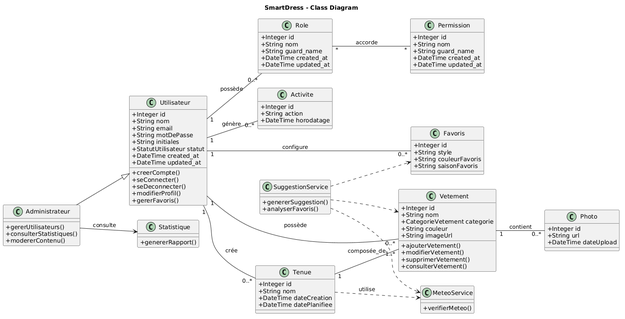
This is Analyse/modelisation/photos/diagramme_de_class.png from yasmineh-d/SmartDress, a PlantUML export, as it was before one commit.
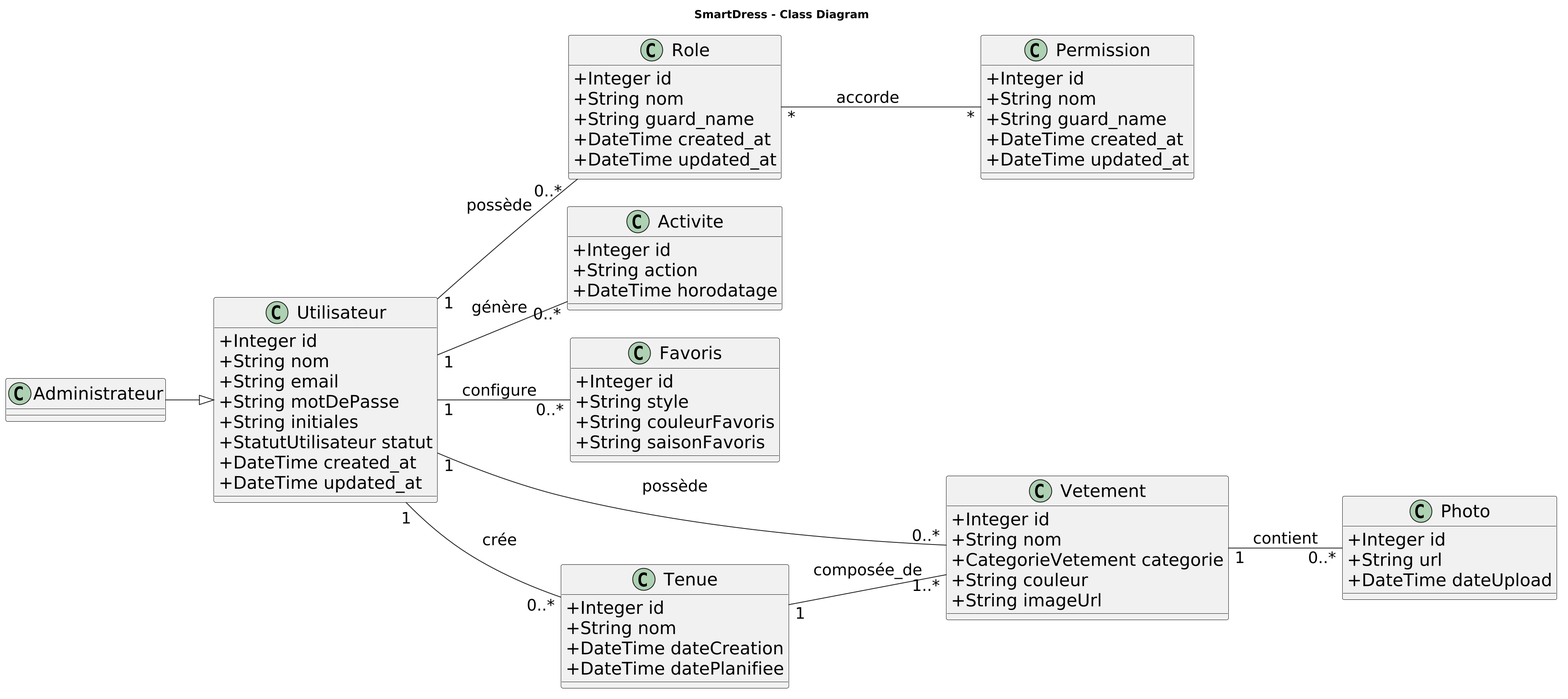
After the change.

Commit message:
modifi diagramme

Change to the diagram source:
```diff
@@ -1,5 +1,22 @@
 @startuml
 title SmartDress - Class Diagram
+
+skinparam dpi 180
+
+skinparam defaultFontSize 24
+skinparam classFontSize 24
+skinparam classAttributeFontSize 22
+skinparam classNameFontSize 26
+skinparam classAttributeIconSize 0
+
+skinparam ArrowFontSize 20
+
+skinparam class {
+    Padding 20
+    Margin 15
+}
+
+left to right direction
 
 skinparam classAttributeIconSize 0
 left to right direction
@@ -14,17 +31,9 @@
   +DateTime created_at
   +DateTime updated_at
 
-  +creerCompte()
-  +seConnecter()
-  +seDeconnecter()
-  +modifierProfil()
-  +gererFavoris()
 }
 
 class Administrateur {
-  +gererUtilisateurs()
-  +consulterStatistiques()
-  +modererContenu()
 }
 
 Administrateur --|> Utilisateur
@@ -71,11 +80,6 @@
   +CategorieVetement categorie
   +String couleur
   +String imageUrl
-
-  +ajouterVetement()
-  +modifierVetement()
-  +supprimerVetement()
-  +consulterVetement()
 }
 
 Utilisateur "1" -- "0..*" Vetement : possède
@@ -97,25 +101,4 @@
 
 Utilisateur "1" -- "0..*" Tenue : crée
 Tenue "1" -- "1..*" Vetement : composée_de
-
-class MeteoService {
-  +verifierMeteo()
-}
-
-Tenue ..> MeteoService : utilise
-
-class SuggestionService {
-  +genererSuggestion()
-  +analyserFavoris()
-}
-
-SuggestionService ..> Favoris
-SuggestionService ..> MeteoService
-SuggestionService ..> Vetement
-
-class Statistique {
-  +genererRapport()
-}
-
-Administrateur --> Statistique : consulte
 @enduml
```
